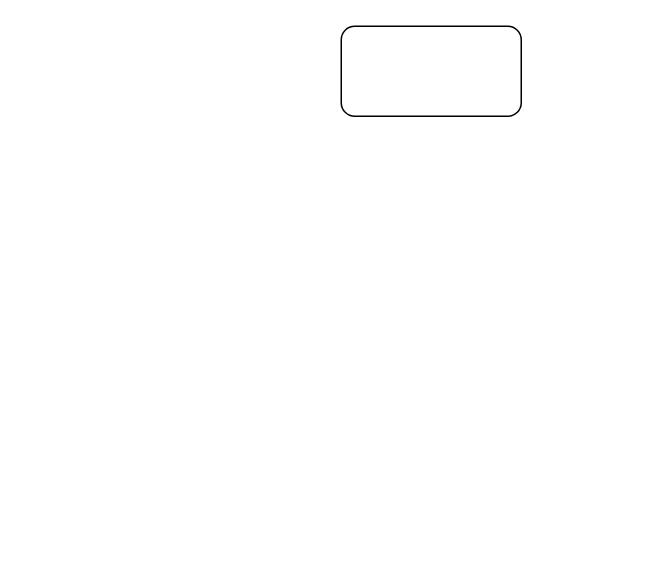
This is Разделение обязанности и входящие задачи.drawio from iLimberg/BlackTyres, a draw.io file, before an edit. Source tidied: cells renumbered, new cells numbered last; positions are measured from the earlier drawing's top-left corner, leaving out a move shared by most shapes. Both pictures are drawn from the tidied source at 150%, with x=0, y=0 at pixel (340, 26).
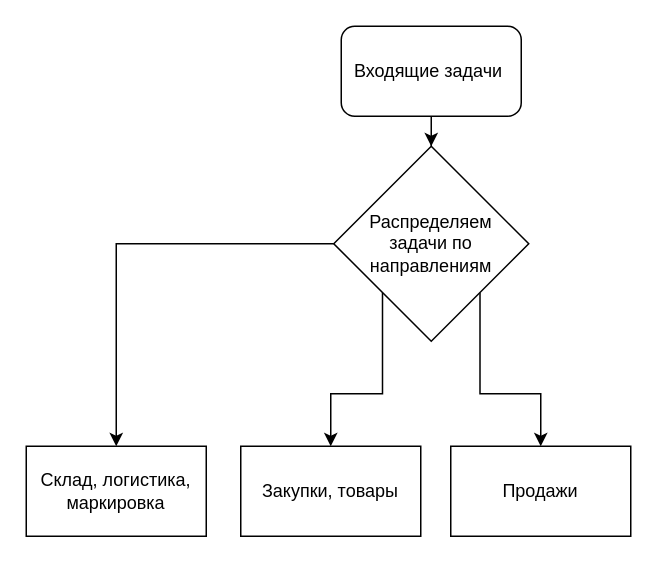
The same page after the edit.

Change to the diagram source:
```diff
@@
 <mxGraphModel>
   <root>
     <mxCell id="0" />
     <mxCell id="1" parent="0" />
+    <mxCell id="3" style="edgeStyle=orthogonalEdgeStyle;rounded=0;jettySize=auto;html=1;" parent="1" edge="1" source="2" target="7">
+      <mxGeometry relative="1" as="geometry" />
+    </mxCell>
-    <mxCell id="2" style="rounded=1;whiteSpace=wrap;html=1;" parent="1" vertex="1">
+    <mxCell id="2" value="Входящие задачи&amp;nbsp;" style="rounded=1;whiteSpace=wrap;html=1;" parent="1" vertex="1">
       <mxGeometry width="120" height="60" as="geometry" />
     </mxCell>
+    <mxCell id="4" style="edgeStyle=orthogonalEdgeStyle;rounded=0;jettySize=auto;html=1;" parent="1" edge="1" source="7" target="8">
+      <mxGeometry relative="1" as="geometry" />
+    </mxCell>
+    <mxCell id="5" style="edgeStyle=orthogonalEdgeStyle;rounded=0;jettySize=auto;html=1;exitX=0;exitY=1;exitDx=0;exitDy=0;" parent="1" edge="1" source="7" target="9">
+      <mxGeometry relative="1" as="geometry" />
+    </mxCell>
+    <mxCell id="6" style="edgeStyle=orthogonalEdgeStyle;rounded=0;jettySize=auto;html=1;exitX=1;exitY=1;exitDx=0;exitDy=0;entryX=0.5;entryY=0;entryDx=0;entryDy=0;" parent="1" edge="1" source="7" target="10">
+      <mxGeometry relative="1" as="geometry" />
+    </mxCell>
+    <mxCell id="7" value="Распределяем&lt;div&gt;задачи по направлениям&lt;/div&gt;" style="rhombus;whiteSpace=wrap;html=1;" parent="1" vertex="1">
+      <mxGeometry x="-5" y="80" width="130" height="130" as="geometry" />
+    </mxCell>
+    <mxCell id="8" value="Склад, логистика, маркировка" style="whiteSpace=wrap;html=1;" parent="1" vertex="1">
+      <mxGeometry x="-210" y="280" width="120" height="60" as="geometry" />
+    </mxCell>
+    <mxCell id="9" value="Закупки, товары" style="whiteSpace=wrap;html=1;" parent="1" vertex="1">
+      <mxGeometry x="-67" y="280" width="120" height="60" as="geometry" />
+    </mxCell>
+    <mxCell id="10" value="Продажи" style="whiteSpace=wrap;html=1;" parent="1" vertex="1">
+      <mxGeometry x="73" y="280" width="120" height="60" as="geometry" />
+    </mxCell>
   </root>
 </mxGraphModel>
```
